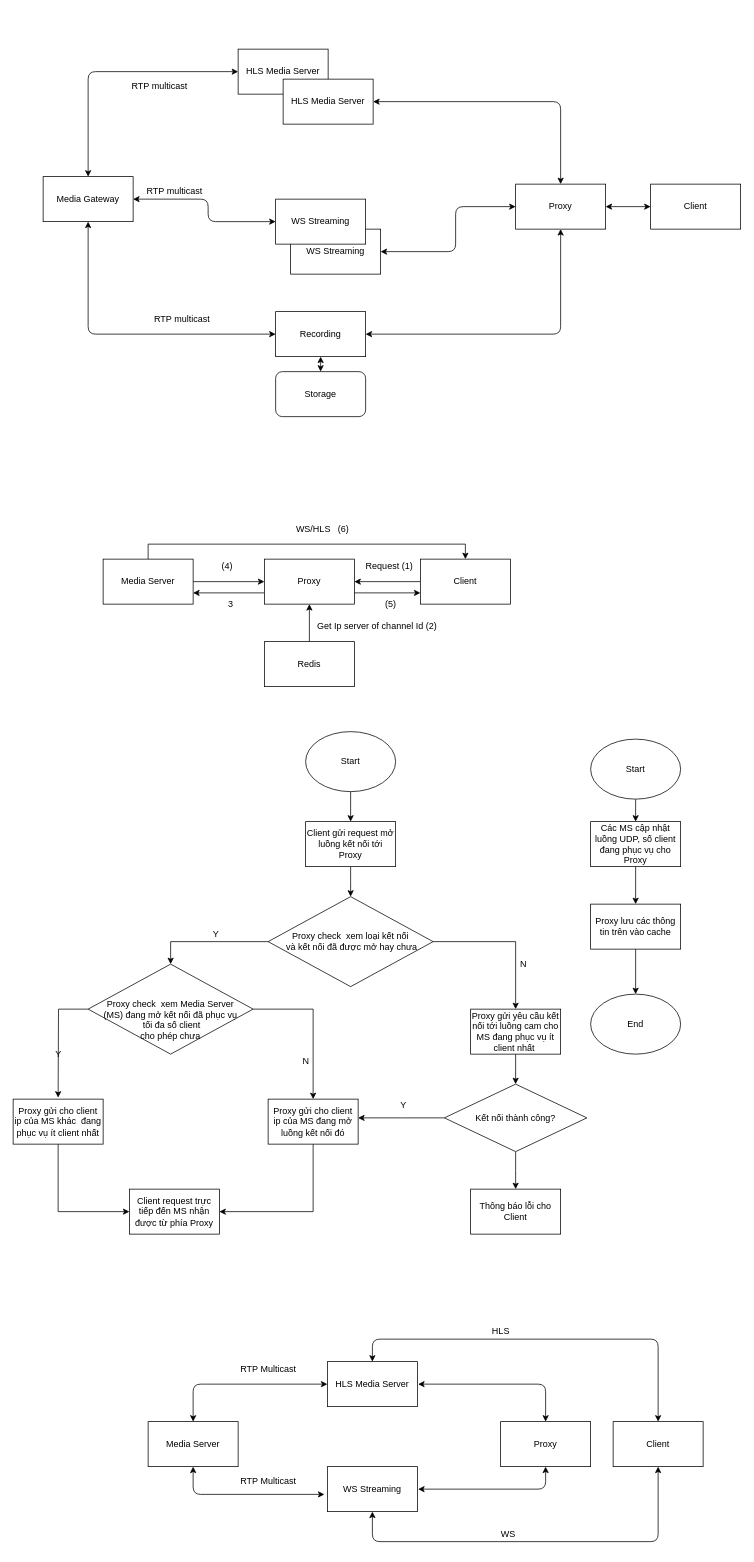
Earlier version of the draw.io diagram Untitled Diagram.drawio (Trananh95/ML_basic). Source tidied: cells renumbered, new cells numbered last; positions are measured from the earlier drawing's top-left corner, leaving out a move shared by most shapes. Both pictures are drawn from the tidied source at 75%, with x=0, y=0 at pixel (13, 49).
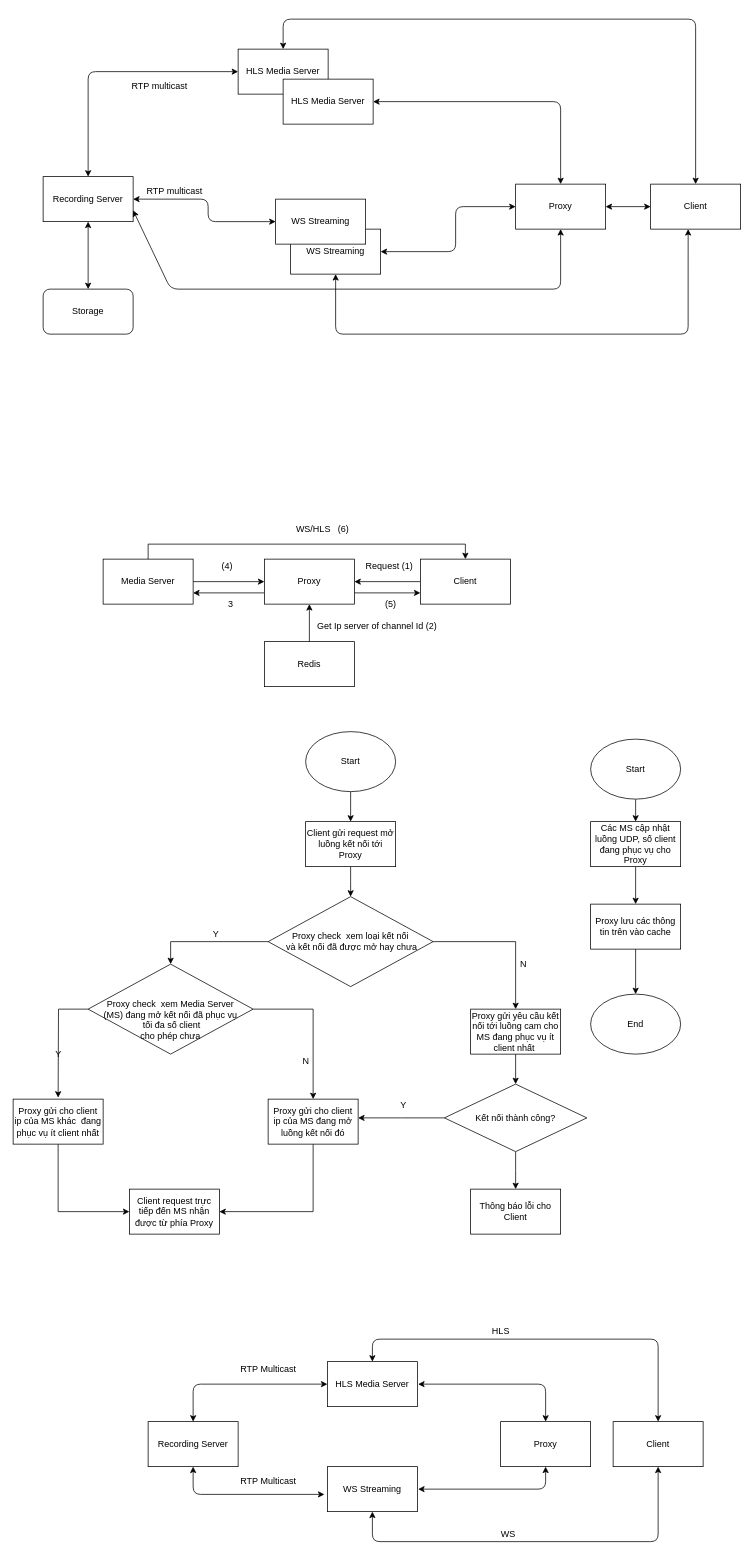
The same page after the edit.

Unchanged cells that the change refers to:
```xml
<mxCell id="3" value="HLS Media Server" style="rounded=0;whiteSpace=wrap;html=1;" parent="1" vertex="1">
  <mxGeometry x="300" width="120" height="60" as="geometry" />
</mxCell>
<mxCell id="5" value="&lt;span&gt;WS Streaming&lt;/span&gt;" style="rounded=0;whiteSpace=wrap;html=1;" parent="1" vertex="1">
  <mxGeometry x="370" y="240" width="120" height="60" as="geometry" />
</mxCell>
<mxCell id="7" value="&lt;span&gt;Proxy&lt;/span&gt;" style="rounded=0;whiteSpace=wrap;html=1;" parent="1" vertex="1">
  <mxGeometry x="670" y="180" width="120" height="60" as="geometry" />
</mxCell>
<mxCell id="8" value="Client" style="rounded=0;whiteSpace=wrap;html=1;" parent="1" vertex="1">
  <mxGeometry x="850" y="180" width="120" height="60" as="geometry" />
</mxCell>
```

Diff of the diagram source:
```diff
@@
-    <mxCell id="2" value="Media Gateway" style="rounded=0;whiteSpace=wrap;html=1;" parent="1" vertex="1">
+    <mxCell id="2" value="Recording Server" style="rounded=0;whiteSpace=wrap;html=1;" parent="1" vertex="1">
       <mxGeometry x="40" y="170" width="120" height="60" as="geometry" />
     </mxCell>
@@
-    <mxCell id="28" value="Recording" style="rounded=0;whiteSpace=wrap;html=1;" parent="1" vertex="1">
-      <mxGeometry x="350" y="350" width="120" height="60" as="geometry" />
-    </mxCell>
-    <mxCell id="29" style="endArrow=classic;startArrow=classic;html=1;entryX=0.5;entryY=1;entryDx=0;entryDy=0;exitX=0;exitY=0.5;exitDx=0;exitDy=0;" parent="1" edge="1" source="28" target="2">
-      <mxGeometry relative="1" as="geometry">
-        <Array as="points">
-          <mxPoint x="100" y="380" />
-        </Array>
-      </mxGeometry>
-    </mxCell>
-    <mxCell id="30" style="endArrow=classic;startArrow=classic;html=1;exitX=1;exitY=0.5;exitDx=0;exitDy=0;entryX=0.5;entryY=1;entryDx=0;entryDy=0;" parent="1" edge="1" source="28" target="7">
-      <mxGeometry relative="1" as="geometry">
-        <Array as="points">
-          <mxPoint x="730" y="380" />
-        </Array>
-      </mxGeometry>
-    </mxCell>
     <mxCell id="31" value="Storage" style="rounded=1;whiteSpace=wrap;html=1;" parent="1" vertex="1">
-      <mxGeometry x="350" y="430" width="120" height="60" as="geometry" />
+      <mxGeometry x="40" y="320" width="120" height="60" as="geometry" />
     </mxCell>
-    <mxCell id="32" style="endArrow=classic;startArrow=classic;html=1;exitX=0.5;exitY=0;exitDx=0;exitDy=0;entryX=0.5;entryY=1;entryDx=0;entryDy=0;" parent="1" edge="1" source="31" target="28">
-      <mxGeometry relative="1" as="geometry" />
-    </mxCell>
@@
-    <mxCell id="34" value="RTP multicast" style="text;html=1;align=center;verticalAlign=middle;strokeColor=none;" parent="1" vertex="1">
-      <mxGeometry x="180" y="350" width="90" height="20" as="geometry" />
-    </mxCell>
@@
-    <mxCell id="73" value="Media Server" style="rounded=0;whiteSpace=wrap;html=1;" parent="1" vertex="1">
+    <mxCell id="73" value="Recording Server" style="rounded=0;whiteSpace=wrap;html=1;" parent="1" vertex="1">
       <mxGeometry x="180" y="1830" width="120" height="60" as="geometry" />
     </mxCell>
@@
+    <mxCell id="87" style="endArrow=classic;startArrow=classic;html=1;entryX=0.5;entryY=1;entryDx=0;entryDy=0;exitX=0.5;exitY=0;exitDx=0;exitDy=0;" parent="1" edge="1" source="31" target="2">
+      <mxGeometry relative="1" as="geometry" />
+    </mxCell>
+    <mxCell id="88" style="endArrow=classic;startArrow=classic;html=1;exitX=1;exitY=0.75;exitDx=0;exitDy=0;entryX=0.5;entryY=1;entryDx=0;entryDy=0;" parent="1" edge="1" source="2" target="7">
+      <mxGeometry relative="1" as="geometry">
+        <Array as="points">
+          <mxPoint x="210" y="320" />
+          <mxPoint x="730" y="320" />
+        </Array>
+      </mxGeometry>
+    </mxCell>
+    <mxCell id="89" style="endArrow=classic;startArrow=classic;html=1;exitX=0.5;exitY=0;exitDx=0;exitDy=0;entryX=0.5;entryY=0;entryDx=0;entryDy=0;" parent="1" edge="1" source="3" target="8">
+      <mxGeometry relative="1" as="geometry">
+        <Array as="points">
+          <mxPoint x="360" y="-40" />
+          <mxPoint x="910" y="-40" />
+        </Array>
+      </mxGeometry>
+    </mxCell>
+    <mxCell id="90" style="endArrow=classic;startArrow=classic;html=1;exitX=0.5;exitY=1;exitDx=0;exitDy=0;entryX=0.417;entryY=1;entryDx=0;entryDy=0;entryPerimeter=0;" parent="1" edge="1" source="5" target="8">
+      <mxGeometry relative="1" as="geometry">
+        <Array as="points">
+          <mxPoint x="430" y="380" />
+          <mxPoint x="900" y="380" />
+        </Array>
+      </mxGeometry>
+    </mxCell>
```
